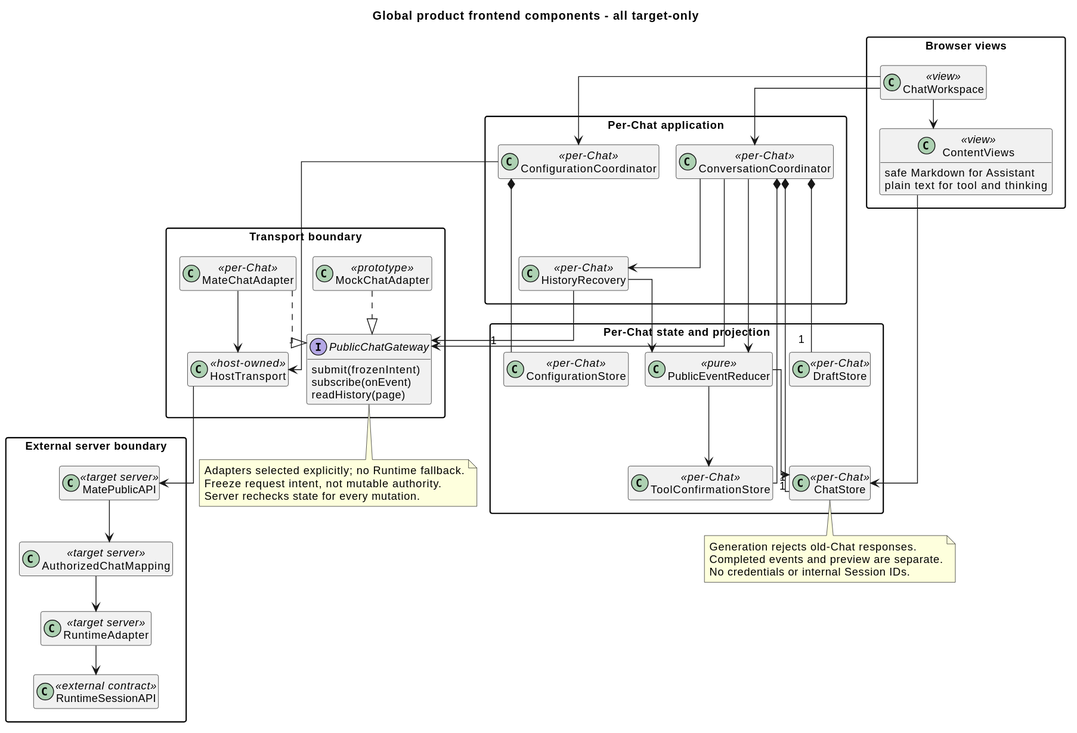
The PlantUML diagram 01-总体架构/04-CampusClaw前端体验/target_frontend_components.svg in ssm0808/pi-mono-java-design, before a commit.
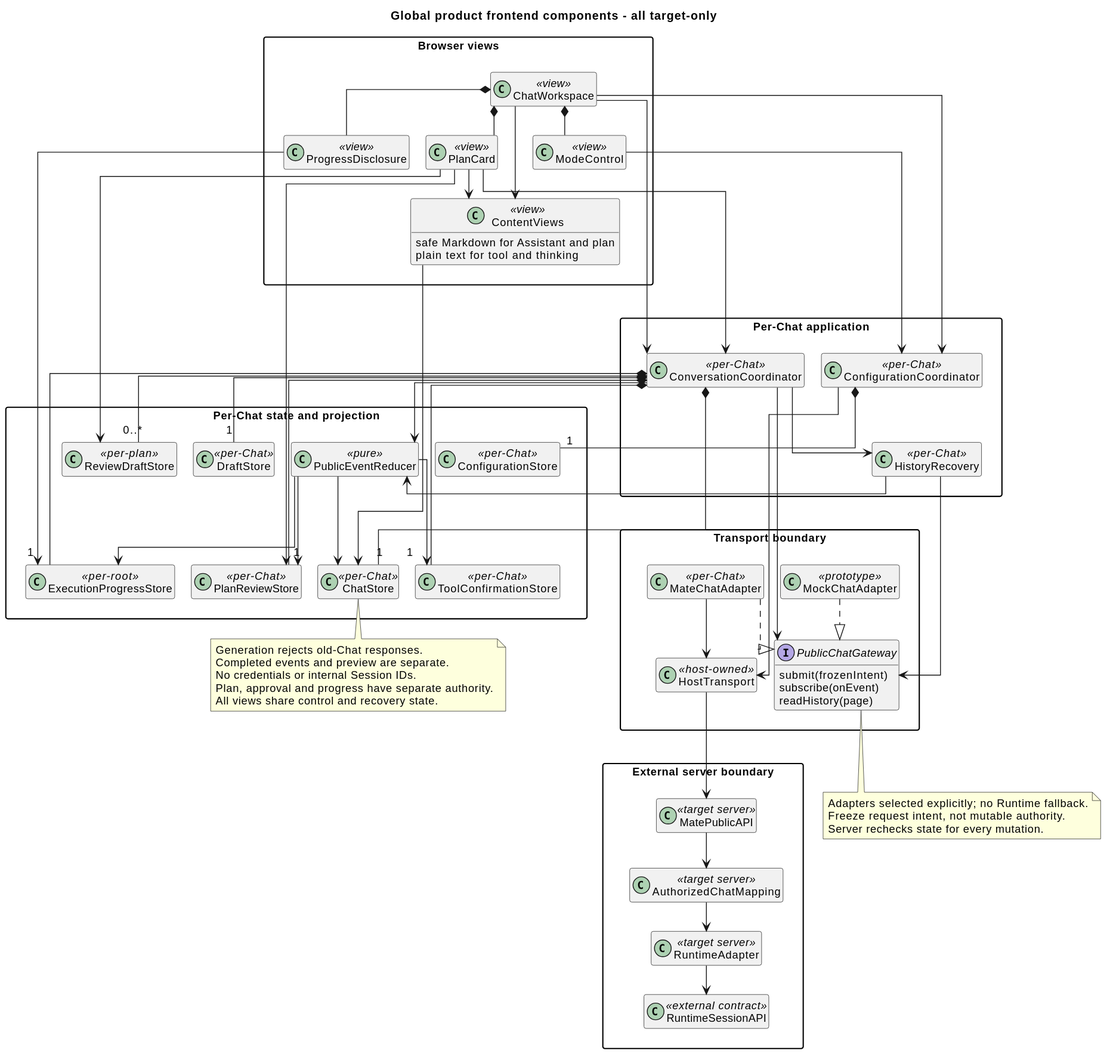
After the commit.

Change to the diagram source:
```diff
@@ -11,26 +11,32 @@
 skinparam linetype ortho
 hide empty members
 title Global product frontend components - all target-only
-package "Browser views" {
+package "Browser views" as Views {
   class ChatWorkspace <<view>>
+  class PlanCard <<view>>
+  class ModeControl <<view>>
+  class ProgressDisclosure <<view>>
   class ContentViews <<view>> {
-    safe Markdown for Assistant
+    safe Markdown for Assistant and plan
     plain text for tool and thinking
   }
 }
-package "Per-Chat application" {
+package "Per-Chat application" as Application {
   class ConversationCoordinator <<per-Chat>>
   class HistoryRecovery <<per-Chat>>
   class ConfigurationCoordinator <<per-Chat>>
 }
-package "Per-Chat state and projection" {
+package "Per-Chat state and projection" as State {
   class ChatStore <<per-Chat>>
   class DraftStore <<per-Chat>>
   class ToolConfirmationStore <<per-Chat>>
   class ConfigurationStore <<per-Chat>>
+  class PlanReviewStore <<per-Chat>>
+  class ReviewDraftStore <<per-plan>>
+  class ExecutionProgressStore <<per-root>>
   class PublicEventReducer <<pure>>
 }
-package "Transport boundary" {
+package "Transport boundary" as Transport {
   interface PublicChatGateway {
     submit(frozenIntent)
     subscribe(onEvent)
@@ -40,27 +46,41 @@
   class MockChatAdapter <<prototype>>
   class HostTransport <<host-owned>>
 }
-package "External server boundary" {
+package "External server boundary" as External {
   class MatePublicAPI <<target server>>
   class AuthorizedChatMapping <<target server>>
   class RuntimeAdapter <<target server>>
   class RuntimeSessionAPI <<external contract>>
 }
-ChatWorkspace --> ConversationCoordinator
-ChatWorkspace --> ConfigurationCoordinator
+ChatWorkspace -down-> ConversationCoordinator
+ChatWorkspace -down-> ConfigurationCoordinator
 ChatWorkspace --> ContentViews
-ConversationCoordinator *-- "1" DraftStore
-ConversationCoordinator *-- "1" ToolConfirmationStore
-ConversationCoordinator *-- "1" ChatStore
+ChatWorkspace *-down- PlanCard
+ChatWorkspace *-down- ModeControl
+ChatWorkspace *-down- ProgressDisclosure
+PlanCard --> ContentViews
+PlanCard -down-> ConversationCoordinator
+PlanCard --> PlanReviewStore
+PlanCard --> ReviewDraftStore
+ModeControl -down-> ConfigurationCoordinator
+ProgressDisclosure --> ExecutionProgressStore
+ConversationCoordinator *-down- "1" DraftStore
+ConversationCoordinator *-down- "1" ToolConfirmationStore
+ConversationCoordinator *-down- "1" ChatStore
+ConversationCoordinator *-down- "1" PlanReviewStore
+ConversationCoordinator *-down- "1" ExecutionProgressStore
+ConversationCoordinator *-down- "0..*" ReviewDraftStore
 ConversationCoordinator --> PublicChatGateway
-ConversationCoordinator --> HistoryRecovery
+ConversationCoordinator -down-> HistoryRecovery
 HistoryRecovery --> PublicChatGateway
 HistoryRecovery --> PublicEventReducer
-ConversationCoordinator --> PublicEventReducer
-PublicEventReducer --> ChatStore
-PublicEventReducer --> ToolConfirmationStore
+ConversationCoordinator -down-> PublicEventReducer
+PublicEventReducer -down-> ChatStore
+PublicEventReducer -down-> ToolConfirmationStore
+PublicEventReducer -down-> PlanReviewStore
+PublicEventReducer -down-> ExecutionProgressStore
 ContentViews --> ChatStore
-ConfigurationCoordinator *-- "1" ConfigurationStore
+ConfigurationCoordinator *-down- "1" ConfigurationStore
 ConfigurationCoordinator --> HostTransport
 MateChatAdapter ..|> PublicChatGateway
 MockChatAdapter ..|> PublicChatGateway
@@ -78,5 +98,13 @@
 Generation rejects old-Chat responses.
 Completed events and preview are separate.
 No credentials or internal Session IDs.
+Plan, approval and progress have separate authority.
+All views share control and recovery state.
 end note
+ContentViews -[hidden]down-> ConversationCoordinator
+ContentViews -[hidden]down-> ConfigurationCoordinator
+Views -[hidden]down-> Application
+Application -[hidden]down-> State
+State -[hidden]down-> Transport
+Transport -[hidden]down-> External
 @enduml
```
